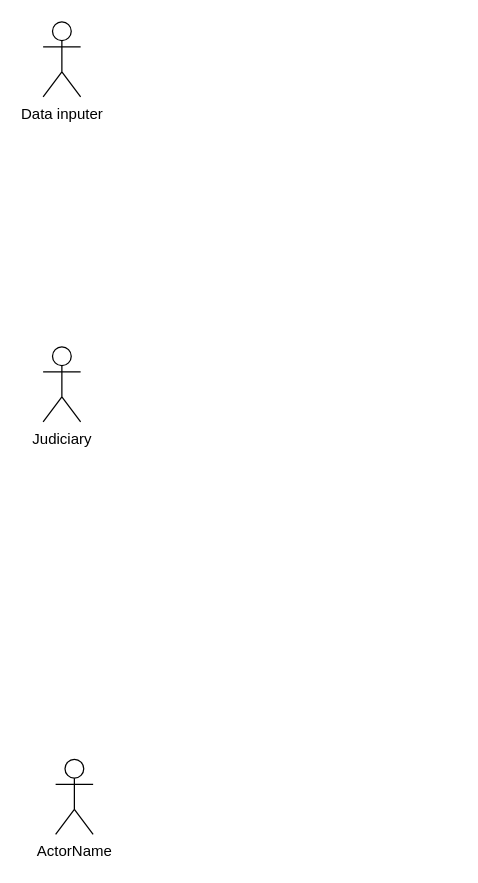
Before: page "Page-2" (2 of 2) of NSKT.drawio in LeloKarma/website, a draw.io diagram. Source tidied: cells renumbered, new cells numbered last; positions are measured from the earlier drawing's top-left corner, leaving out a move shared by most shapes. Both pictures are drawn from the tidied source at 125%, with x=0, y=0 at pixel (42, 21).
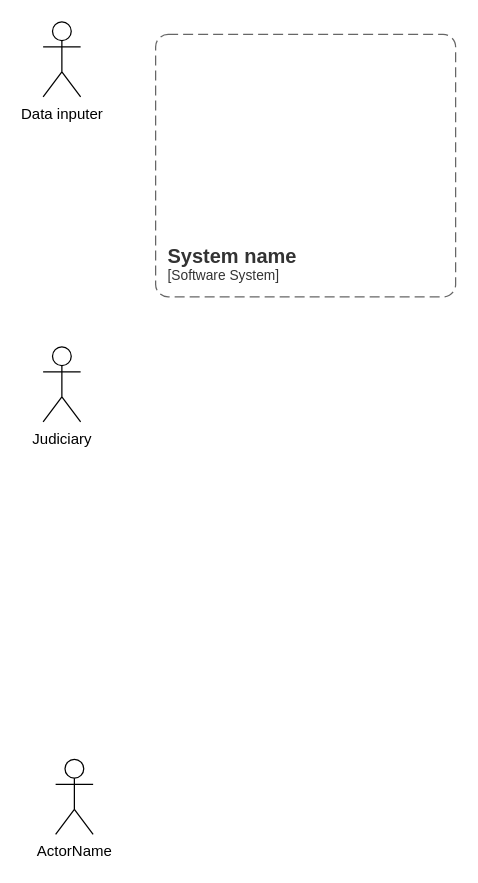
Above is the later version.

What changed in the source:
```diff
@@
 <mxGraphModel>
   <root>
     <mxCell id="0" />
     <mxCell id="1" parent="0" />
     <mxCell id="2" value="Data inputer" style="shape=umlActor;html=1;verticalLabelPosition=bottom;verticalAlign=top;align=center;" parent="1" vertex="1">
       <mxGeometry width="30" height="60" as="geometry" />
     </mxCell>
     <mxCell id="3" value="Judiciary" style="shape=umlActor;html=1;verticalLabelPosition=bottom;verticalAlign=top;align=center;" parent="1" vertex="1">
       <mxGeometry y="260" width="30" height="60" as="geometry" />
     </mxCell>
     <mxCell id="4" value="ActorName" style="shape=umlActor;html=1;verticalLabelPosition=bottom;verticalAlign=top;align=center;" parent="1" vertex="1">
       <mxGeometry x="10" y="590" width="30" height="60" as="geometry" />
     </mxCell>
+    <object id="5" label="&lt;font style=&quot;font-size: 16px&quot;&gt;&lt;b&gt;&lt;div style=&quot;text-align: left&quot;&gt;%c4Name%&lt;/div&gt;&lt;/b&gt;&lt;/font&gt;&lt;div style=&quot;text-align: left&quot;&gt;[%c4Application%]&lt;/div&gt;" c4Application="Software System" c4Name="System name" placeholders="1">
+      <mxCell style="rounded=1;fontSize=11;whiteSpace=wrap;html=1;dashed=1;arcSize=20;fillColor=none;strokeColor=#666666;fontColor=#333333;labelBackgroundColor=none;align=left;verticalAlign=bottom;labelBorderColor=none;spacingTop=0;spacing=10;dashPattern=8 4;perimeter=rectanglePerimeter;noLabel=0;labelPadding=0;absoluteArcSize=1;" parent="1" vertex="1">
+        <mxGeometry x="90" y="10" width="240" height="210" as="geometry" />
+      </mxCell>
+    </object>
   </root>
 </mxGraphModel>
```
